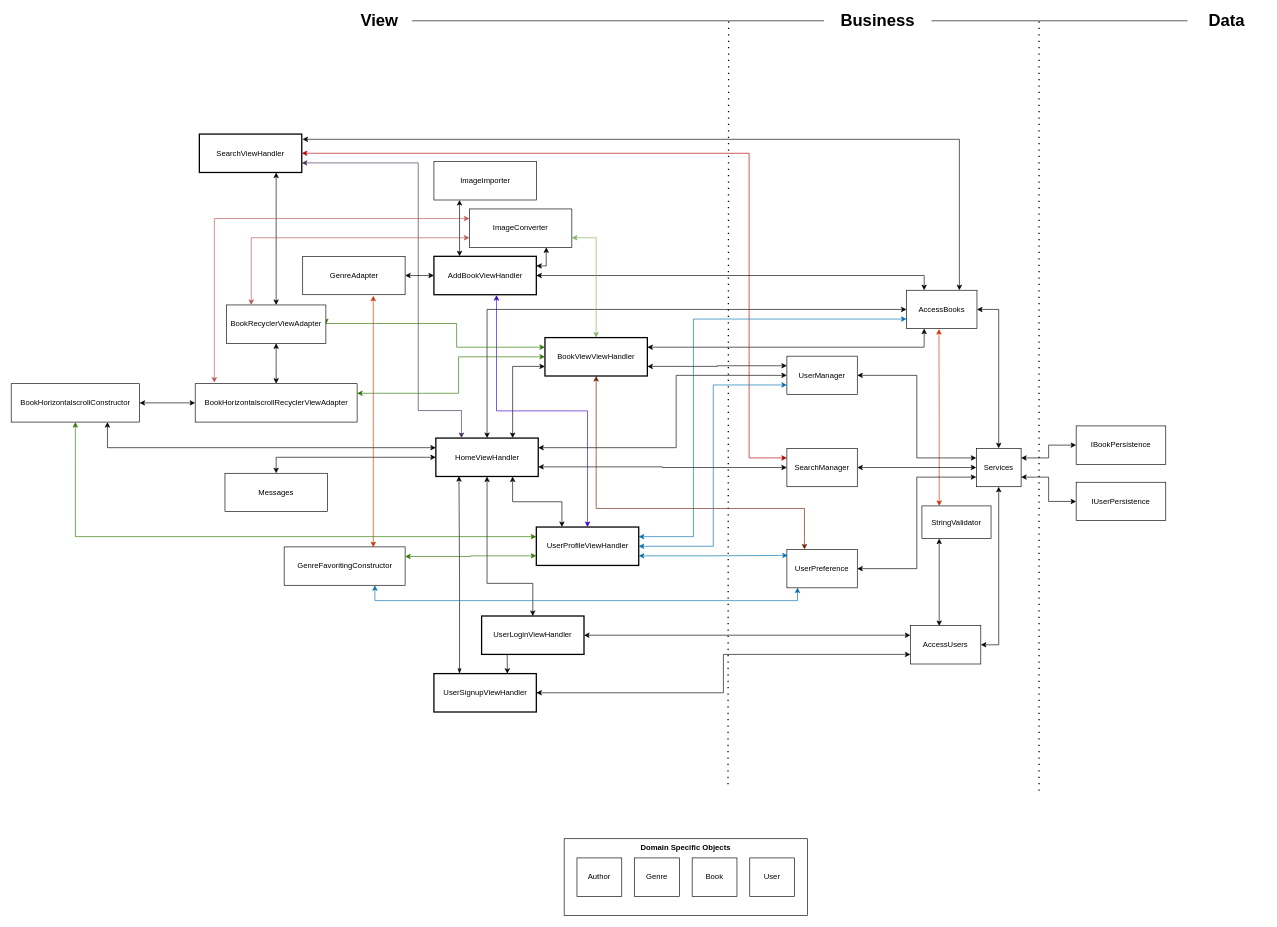
jaredmdp/BookWorm keeps this draw.io diagram as docs/iteration.drawio. Above is the earlier version. Source tidied: cells renumbered, new cells numbered last; positions are measured from the earlier drawing's top-left corner, leaving out a move shared by most shapes. Both pictures are drawn from the tidied source at 64%, with x=0, y=0 at pixel (11, 11).
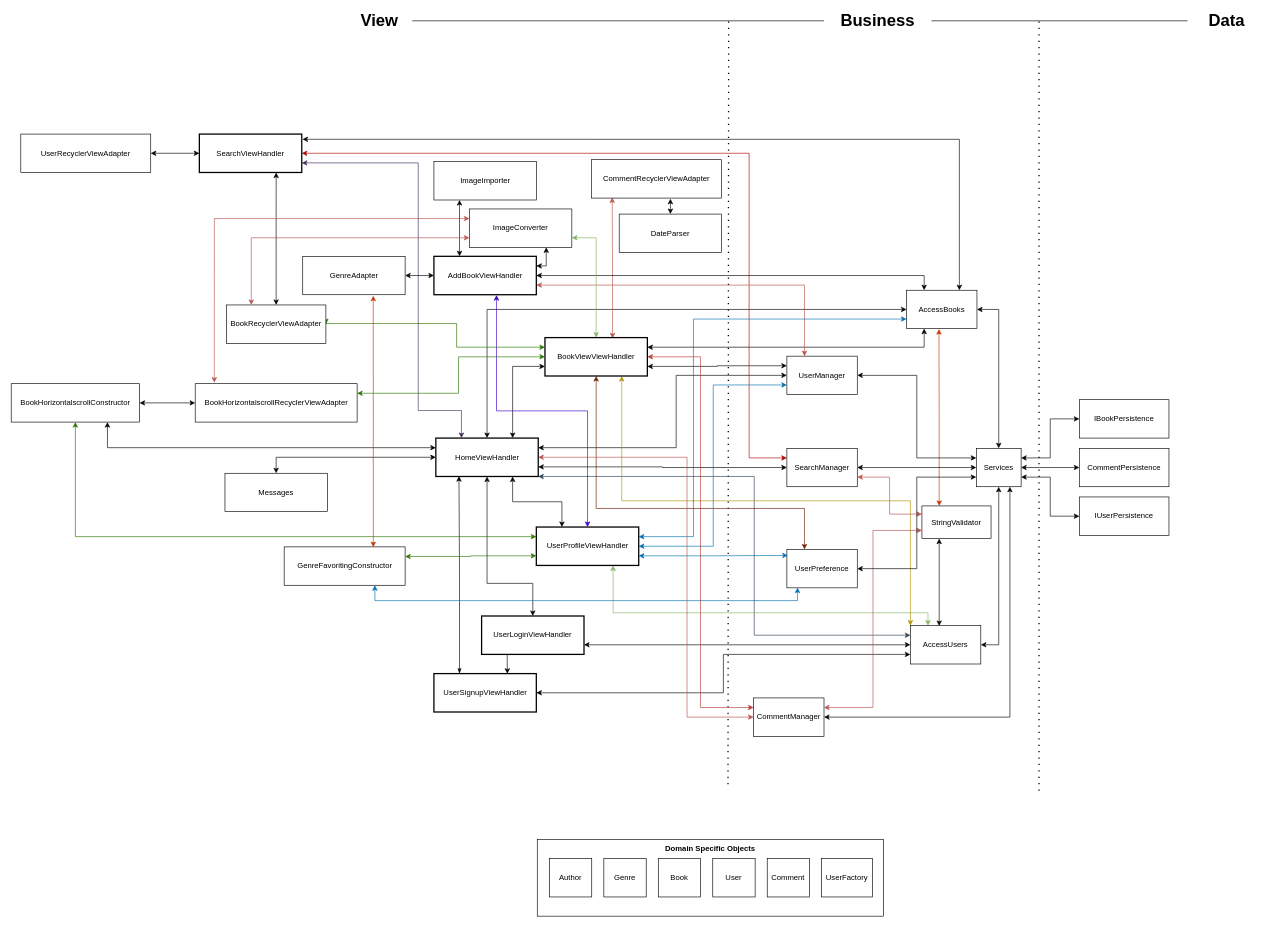
After the change.

The change refers to these unchanged cells:
```xml
<mxCell id="8" value="HomeViewHandler" style="rounded=0;whiteSpace=wrap;html=1;labelBackgroundColor=none;strokeWidth=2;" parent="1" vertex="1">
  <mxGeometry x="663.5" y="667" width="160" height="60" as="geometry" />
</mxCell>
<mxCell id="14" value="UserLoginViewHandler" style="rounded=0;whiteSpace=wrap;html=1;labelBackgroundColor=none;strokeWidth=2;" parent="1" vertex="1">
  <mxGeometry x="735" y="945" width="160" height="60" as="geometry" />
</mxCell>
<mxCell id="18" value="Services" style="rounded=0;whiteSpace=wrap;html=1;labelBackgroundColor=none;" parent="1" vertex="1">
  <mxGeometry x="1508" y="683" width="70" height="60" as="geometry" />
</mxCell>
<mxCell id="20" value="AccessUsers" style="rounded=0;whiteSpace=wrap;html=1;labelBackgroundColor=none;" parent="1" vertex="1">
  <mxGeometry x="1405" y="960" width="110" height="60" as="geometry" />
</mxCell>
<mxCell id="37" value="&lt;div&gt;BookViewViewHandler&lt;/div&gt;" style="rounded=0;whiteSpace=wrap;html=1;labelBackgroundColor=none;strokeWidth=2;" parent="1" vertex="1">
  <mxGeometry x="834" y="510" width="160" height="60" as="geometry" />
</mxCell>
<mxCell id="41" value="StringValidator" style="rounded=0;whiteSpace=wrap;html=1;" parent="1" vertex="1">
  <mxGeometry x="1423" y="773" width="108" height="51" as="geometry" />
</mxCell>
<mxCell id="48" value="AddBookViewHandler" style="rounded=0;whiteSpace=wrap;html=1;labelBackgroundColor=none;strokeWidth=2;" parent="1" vertex="1">
  <mxGeometry x="660.5" y="383" width="160" height="60" as="geometry" />
</mxCell>
<mxCell id="53" value="SearchViewHandler" style="rounded=0;whiteSpace=wrap;html=1;labelBackgroundColor=none;strokeWidth=2;" parent="1" vertex="1">
  <mxGeometry x="294" y="192" width="160" height="60" as="geometry" />
</mxCell>
<mxCell id="55" value="UserManager" style="rounded=0;whiteSpace=wrap;html=1;labelBackgroundColor=none;" parent="1" vertex="1">
  <mxGeometry x="1212" y="539" width="110" height="60" as="geometry" />
</mxCell>
<mxCell id="60" value="&lt;div&gt;UserProfileViewHandler&lt;/div&gt;" style="rounded=0;whiteSpace=wrap;html=1;labelBackgroundColor=none;strokeWidth=2;" parent="1" vertex="1">
  <mxGeometry x="820.5" y="806" width="160" height="60" as="geometry" />
</mxCell>
<mxCell id="62" value="SearchManager" style="rounded=0;whiteSpace=wrap;html=1;labelBackgroundColor=none;" parent="1" vertex="1">
  <mxGeometry x="1212" y="683" width="110" height="60" as="geometry" />
</mxCell>
<mxCell id="74" value="BookHorizontalscrollRecyclerViewAdapter" style="rounded=0;whiteSpace=wrap;html=1;labelBackgroundColor=none;" parent="1" vertex="1">
  <mxGeometry x="287.5" y="582" width="253" height="60" as="geometry" />
</mxCell>
<mxCell id="76" value="&lt;div&gt;BookRecyclerViewAdapter&lt;/div&gt;" style="rounded=0;whiteSpace=wrap;html=1;labelBackgroundColor=none;" parent="1" vertex="1">
  <mxGeometry x="336.2" y="459" width="155.5" height="60" as="geometry" />
</mxCell>
```

The edit, as a diff of the source:
```diff
@@
-    <mxCell id="12" style="edgeStyle=orthogonalEdgeStyle;rounded=0;jettySize=auto;html=1;exitX=1;exitY=0.5;exitDx=0;exitDy=0;entryX=0;entryY=0.25;entryDx=0;entryDy=0;startArrow=classic;startFill=1;" parent="1" edge="1" source="14" target="20">
-      <mxGeometry relative="1" as="geometry" />
+    <mxCell id="12" style="edgeStyle=orthogonalEdgeStyle;rounded=0;jettySize=auto;html=1;exitX=1;exitY=1;exitDx=0;exitDy=0;entryX=0;entryY=0.25;entryDx=0;entryDy=0;startArrow=classic;startFill=1;fillColor=#647687;strokeColor=#314354;" parent="1" edge="1" source="8" target="20">
+      <mxGeometry relative="1" as="geometry">
+        <Array as="points">
+          <mxPoint x="1161" y="727" />
+          <mxPoint x="1161" y="975" />
+        </Array>
+      </mxGeometry>
     </mxCell>
@@
+    <mxCell id="86" style="edgeStyle=orthogonalEdgeStyle;rounded=0;jettySize=auto;html=1;exitX=0.25;exitY=0;exitDx=0;exitDy=0;entryX=0.75;entryY=1;entryDx=0;entryDy=0;startArrow=classic;startFill=1;fillColor=#d5e8d4;gradientColor=#97d077;strokeColor=#82b366;" parent="1" edge="1" source="20" target="60">
+      <mxGeometry relative="1" as="geometry">
+        <Array as="points">
+          <mxPoint x="1433" y="940" />
+          <mxPoint x="941" y="940" />
+        </Array>
+      </mxGeometry>
+    </mxCell>
+    <mxCell id="87" style="edgeStyle=orthogonalEdgeStyle;rounded=0;jettySize=auto;html=1;exitX=0;exitY=0.5;exitDx=0;exitDy=0;entryX=1;entryY=0.75;entryDx=0;entryDy=0;startArrow=classic;startFill=1;" parent="1" edge="1" source="20" target="14">
+      <mxGeometry relative="1" as="geometry" />
+    </mxCell>
+    <mxCell id="88" style="edgeStyle=orthogonalEdgeStyle;rounded=0;jettySize=auto;html=1;exitX=0;exitY=0;exitDx=0;exitDy=0;entryX=0.75;entryY=1;entryDx=0;entryDy=0;startArrow=classic;startFill=1;fillColor=#e3c800;strokeColor=#B09500;" parent="1" edge="1" source="20" target="37">
+      <mxGeometry relative="1" as="geometry" />
+    </mxCell>
@@
-    <mxCell id="28" style="group;labelBackgroundColor=none;rounded=0;" parent="1" vertex="1">
-      <mxGeometry x="864" y="1293" width="380" height="120" as="geometry" />
-    </mxCell>
-    <mxCell id="29" value="&lt;b&gt;Domain Specific Objects&lt;/b&gt;" style="rounded=0;whiteSpace=wrap;html=1;verticalAlign=top;labelBackgroundColor=none;" parent="28" vertex="1">
-      <mxGeometry width="380" height="120" as="geometry" />
-    </mxCell>
-    <mxCell id="30" value="Author" style="rounded=0;whiteSpace=wrap;html=1;labelBackgroundColor=none;" parent="28" vertex="1">
-      <mxGeometry x="20" y="30" width="70" height="60" as="geometry" />
-    </mxCell>
-    <mxCell id="31" value="User" style="rounded=0;whiteSpace=wrap;html=1;labelBackgroundColor=none;" parent="28" vertex="1">
-      <mxGeometry x="290" y="30" width="70" height="60" as="geometry" />
-    </mxCell>
-    <mxCell id="32" value="Book" style="rounded=0;whiteSpace=wrap;html=1;labelBackgroundColor=none;" parent="28" vertex="1">
-      <mxGeometry x="200" y="30" width="70" height="60" as="geometry" />
-    </mxCell>
-    <mxCell id="33" value="Genre" style="rounded=0;whiteSpace=wrap;html=1;labelBackgroundColor=none;" parent="28" vertex="1">
-      <mxGeometry x="110" y="30" width="70" height="60" as="geometry" />
-    </mxCell>
@@
+    <mxCell id="89" style="edgeStyle=orthogonalEdgeStyle;rounded=0;jettySize=auto;html=1;entryX=0.158;entryY=0.983;entryDx=0;entryDy=0;entryPerimeter=0;exitX=0.66;exitY=0.022;exitDx=0;exitDy=0;exitPerimeter=0;startArrow=classic;startFill=1;fillColor=#f8cecc;gradientColor=#ea6b66;strokeColor=#b85450;" parent="1" edge="1" source="37" target="101">
+      <mxGeometry relative="1" as="geometry" />
+    </mxCell>
@@
+    <mxCell id="90" style="edgeStyle=orthogonalEdgeStyle;rounded=0;jettySize=auto;html=1;exitX=0;exitY=0.75;exitDx=0;exitDy=0;entryX=1;entryY=0.25;entryDx=0;entryDy=0;fillColor=#f8cecc;gradientColor=#ea6b66;strokeColor=#b85450;startArrow=classic;startFill=1;" parent="1" edge="1" source="41" target="96">
+      <mxGeometry relative="1" as="geometry" />
+    </mxCell>
+    <mxCell id="91" style="edgeStyle=orthogonalEdgeStyle;rounded=0;jettySize=auto;html=1;exitX=0;exitY=0.25;exitDx=0;exitDy=0;entryX=1;entryY=0.75;entryDx=0;entryDy=0;fillColor=#f8cecc;gradientColor=#ea6b66;strokeColor=#b85450;startArrow=classic;startFill=1;" parent="1" edge="1" source="41" target="62">
+      <mxGeometry relative="1" as="geometry" />
+    </mxCell>
@@
     <mxCell id="42" value="IBookPersistence" style="rounded=0;whiteSpace=wrap;html=1;labelBackgroundColor=none;" parent="1" vertex="1">
-      <mxGeometry x="1664" y="648" width="140" height="60" as="geometry" />
+      <mxGeometry x="1669" y="607" width="140" height="60" as="geometry" />
     </mxCell>
     <mxCell id="43" value="IUserPersistence" style="rounded=0;whiteSpace=wrap;html=1;labelBackgroundColor=none;" parent="1" vertex="1">
-      <mxGeometry x="1664" y="736" width="140" height="60" as="geometry" />
+      <mxGeometry x="1669" y="759" width="140" height="60" as="geometry" />
     </mxCell>
@@
+    <mxCell id="92" style="edgeStyle=orthogonalEdgeStyle;rounded=0;jettySize=auto;html=1;exitX=0.25;exitY=0;exitDx=0;exitDy=0;entryX=1;entryY=0.75;entryDx=0;entryDy=0;startArrow=classic;startFill=1;fillColor=#f8cecc;gradientColor=#ea6b66;strokeColor=#b85450;" parent="1" edge="1" source="55" target="48">
+      <mxGeometry relative="1" as="geometry" />
+    </mxCell>
@@
-    <mxCell id="73" style="edgeStyle=orthogonalEdgeStyle;rounded=0;jettySize=auto;html=1;exitX=0.5;exitY=0;exitDx=0;exitDy=0;entryX=0.5;entryY=1;entryDx=0;entryDy=0;startArrow=classic;startFill=1;" parent="1" edge="1" source="74" target="76">
-      <mxGeometry relative="1" as="geometry" />
-    </mxCell>
@@
-    <mxCell id="75" style="edgeStyle=orthogonalEdgeStyle;rounded=0;jettySize=auto;html=1;exitX=1;exitY=0.5;exitDx=0;exitDy=0;entryX=0;entryY=0.25;entryDx=0;entryDy=0;startArrow=classic;startFill=1;fillColor=#60a917;strokeColor=#2D7600;" parent="1" edge="1" source="76" target="37">
+    <mxCell id="75" style="edgeStyle=orthogonalEdgeStyle;rounded=0;jettySize=auto;html=1;entryX=0;entryY=0.25;entryDx=0;entryDy=0;startArrow=classic;startFill=1;fillColor=#60a917;strokeColor=#2D7600;exitX=1;exitY=0.5;exitDx=0;exitDy=0;" parent="1" edge="1" source="76" target="37">
       <mxGeometry relative="1" as="geometry">
         <Array as="points">
           <mxPoint x="696" y="488" />
           <mxPoint x="696" y="525" />
         </Array>
       </mxGeometry>
     </mxCell>
@@
+    <mxCell id="93" style="edgeStyle=orthogonalEdgeStyle;rounded=0;jettySize=auto;html=1;exitX=1;exitY=0.5;exitDx=0;exitDy=0;entryX=0.75;entryY=1;entryDx=0;entryDy=0;startArrow=classic;startFill=1;" parent="1" edge="1" source="96" target="18">
+      <mxGeometry relative="1" as="geometry" />
+    </mxCell>
+    <mxCell id="94" style="edgeStyle=orthogonalEdgeStyle;rounded=0;jettySize=auto;html=1;exitX=0;exitY=0.25;exitDx=0;exitDy=0;entryX=1;entryY=0.5;entryDx=0;entryDy=0;fillColor=#f8cecc;strokeColor=#B83A35;startArrow=classic;startFill=1;gradientColor=#ea6b66;" parent="1" edge="1" source="96" target="37">
+      <mxGeometry relative="1" as="geometry" />
+    </mxCell>
+    <mxCell id="95" style="edgeStyle=orthogonalEdgeStyle;rounded=0;jettySize=auto;html=1;exitX=0;exitY=0.5;exitDx=0;exitDy=0;entryX=1;entryY=0.5;entryDx=0;entryDy=0;fillColor=#f8cecc;gradientColor=#ea6b66;strokeColor=#b85450;startArrow=classic;startFill=1;" parent="1" edge="1" source="96" target="8">
+      <mxGeometry relative="1" as="geometry">
+        <Array as="points">
+          <mxPoint x="1056" y="1103" />
+          <mxPoint x="1056" y="697" />
+        </Array>
+      </mxGeometry>
+    </mxCell>
+    <mxCell id="96" value="CommentManager" style="rounded=0;whiteSpace=wrap;html=1;labelBackgroundColor=none;" parent="1" vertex="1">
+      <mxGeometry x="1160" y="1073" width="110" height="60" as="geometry" />
+    </mxCell>
+    <mxCell id="97" style="edgeStyle=orthogonalEdgeStyle;rounded=0;jettySize=auto;html=1;exitX=0;exitY=0.5;exitDx=0;exitDy=0;entryX=1;entryY=0.5;entryDx=0;entryDy=0;startArrow=classic;startFill=1;" parent="1" edge="1" source="98" target="18">
+      <mxGeometry relative="1" as="geometry" />
+    </mxCell>
+    <mxCell id="98" value="CommentPersistence" style="rounded=0;whiteSpace=wrap;html=1;labelBackgroundColor=none;" parent="1" vertex="1">
+      <mxGeometry x="1669" y="683" width="140" height="60" as="geometry" />
+    </mxCell>
+    <mxCell id="99" style="edgeStyle=orthogonalEdgeStyle;rounded=0;jettySize=auto;html=1;exitX=0.5;exitY=0;exitDx=0;exitDy=0;entryX=0.606;entryY=1.017;entryDx=0;entryDy=0;entryPerimeter=0;startArrow=classic;startFill=1;" parent="1" edge="1" source="100" target="101">
+      <mxGeometry relative="1" as="geometry" />
+    </mxCell>
+    <mxCell id="100" value="&lt;div&gt;DateParser&lt;/div&gt;" style="rounded=0;whiteSpace=wrap;html=1;labelBackgroundColor=none;" parent="1" vertex="1">
+      <mxGeometry x="950" y="317" width="160" height="60" as="geometry" />
+    </mxCell>
+    <mxCell id="101" value="CommentRecyclerViewAdapter" style="rounded=0;whiteSpace=wrap;html=1;labelBackgroundColor=none;" parent="1" vertex="1">
+      <mxGeometry x="907" y="232" width="203" height="60" as="geometry" />
+    </mxCell>
+    <mxCell id="102" style="edgeStyle=orthogonalEdgeStyle;rounded=0;jettySize=auto;html=1;exitX=1;exitY=0.5;exitDx=0;exitDy=0;entryX=0;entryY=0.5;entryDx=0;entryDy=0;startArrow=classic;startFill=1;" parent="1" edge="1" source="103" target="53">
+      <mxGeometry relative="1" as="geometry" />
+    </mxCell>
+    <mxCell id="103" value="UserRecyclerViewAdapter" style="rounded=0;whiteSpace=wrap;html=1;labelBackgroundColor=none;" parent="1" vertex="1">
+      <mxGeometry x="15" y="192" width="203" height="60" as="geometry" />
+    </mxCell>
+    <mxCell id="104" style="group;" parent="1" vertex="1">
+      <mxGeometry x="822" y="1294" width="541" height="120" as="geometry" />
+    </mxCell>
+    <mxCell id="28" style="group;labelBackgroundColor=none;rounded=0;" parent="104" vertex="1">
+      <mxGeometry width="541" height="120" as="geometry" />
+    </mxCell>
+    <mxCell id="29" value="&lt;b&gt;Domain Specific Objects&lt;/b&gt;" style="rounded=0;whiteSpace=wrap;html=1;verticalAlign=top;labelBackgroundColor=none;" parent="28" vertex="1">
+      <mxGeometry width="541" height="120" as="geometry" />
+    </mxCell>
+    <mxCell id="30" value="Author" style="rounded=0;whiteSpace=wrap;html=1;labelBackgroundColor=none;" parent="28" vertex="1">
+      <mxGeometry x="18.9" y="30" width="66.2" height="60" as="geometry" />
+    </mxCell>
+    <mxCell id="31" value="User" style="rounded=0;whiteSpace=wrap;html=1;labelBackgroundColor=none;" parent="28" vertex="1">
+      <mxGeometry x="274.2" y="30" width="66.2" height="60" as="geometry" />
+    </mxCell>
+    <mxCell id="32" value="Book" style="rounded=0;whiteSpace=wrap;html=1;labelBackgroundColor=none;" parent="28" vertex="1">
+      <mxGeometry x="189.1" y="30" width="66.2" height="60" as="geometry" />
+    </mxCell>
+    <mxCell id="33" value="Genre" style="rounded=0;whiteSpace=wrap;html=1;labelBackgroundColor=none;" parent="28" vertex="1">
+      <mxGeometry x="104" y="30" width="66.2" height="60" as="geometry" />
+    </mxCell>
+    <mxCell id="105" value="Comment" style="rounded=0;whiteSpace=wrap;html=1;labelBackgroundColor=none;" parent="28" vertex="1">
+      <mxGeometry x="359.3" y="30" width="66.2" height="60" as="geometry" />
+    </mxCell>
+    <mxCell id="106" value="UserFactory" style="rounded=0;whiteSpace=wrap;html=1;labelBackgroundColor=none;" parent="28" vertex="1">
+      <mxGeometry x="444" y="30" width="80" height="60" as="geometry" />
+    </mxCell>
```
